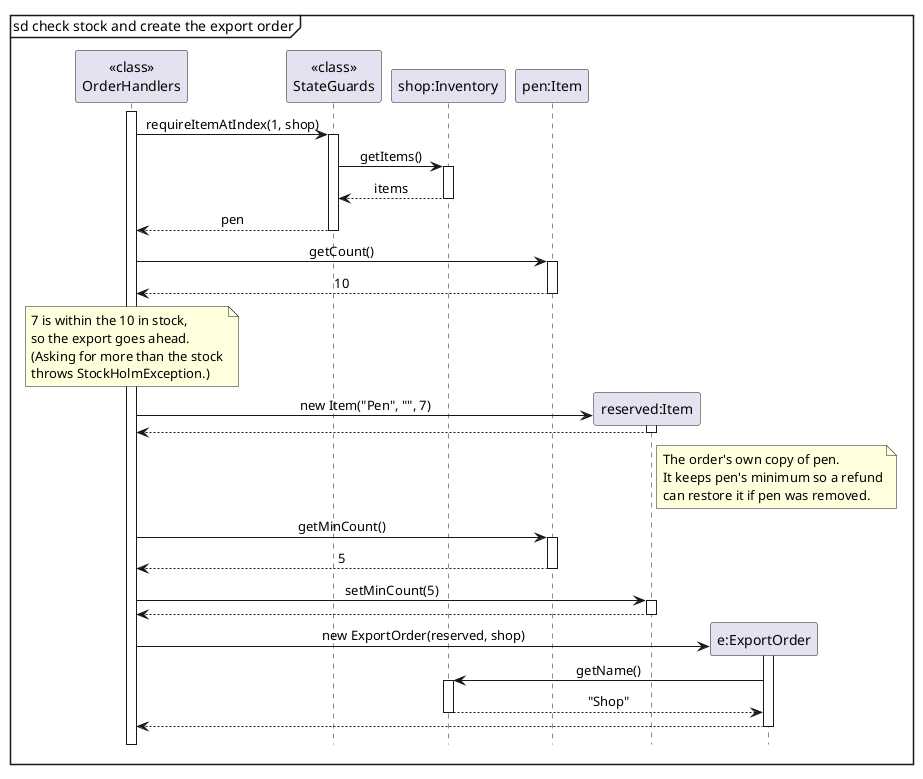
AY2627S1-CS2113-W14-4/tp keeps this PlantUML diagram as docs/images/ExportReserveSequence.png. Above is the earlier version.
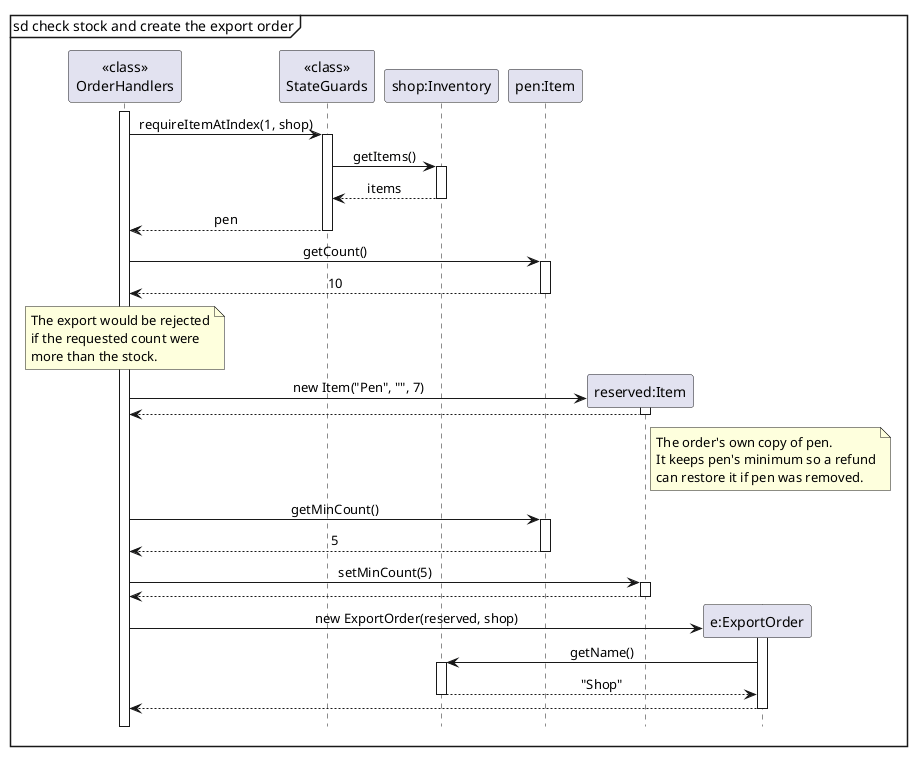
After the commit.

Commit message:
Clarify stock check and minimum copy in export diagram

The edit, as a diff of the source:
```diff
@@ -23,10 +23,9 @@
 Item --> Handlers : 10
 deactivate Item
 note over Handlers
-    7 is within the 10 in stock,
-    so the export goes ahead.
-    (Asking for more than the stock
-    throws StockHolmException.)
+    The export would be rejected
+    if the requested count were
+    more than the stock.
 end note
 
 create participant "reserved:Item" as Reserved
```
